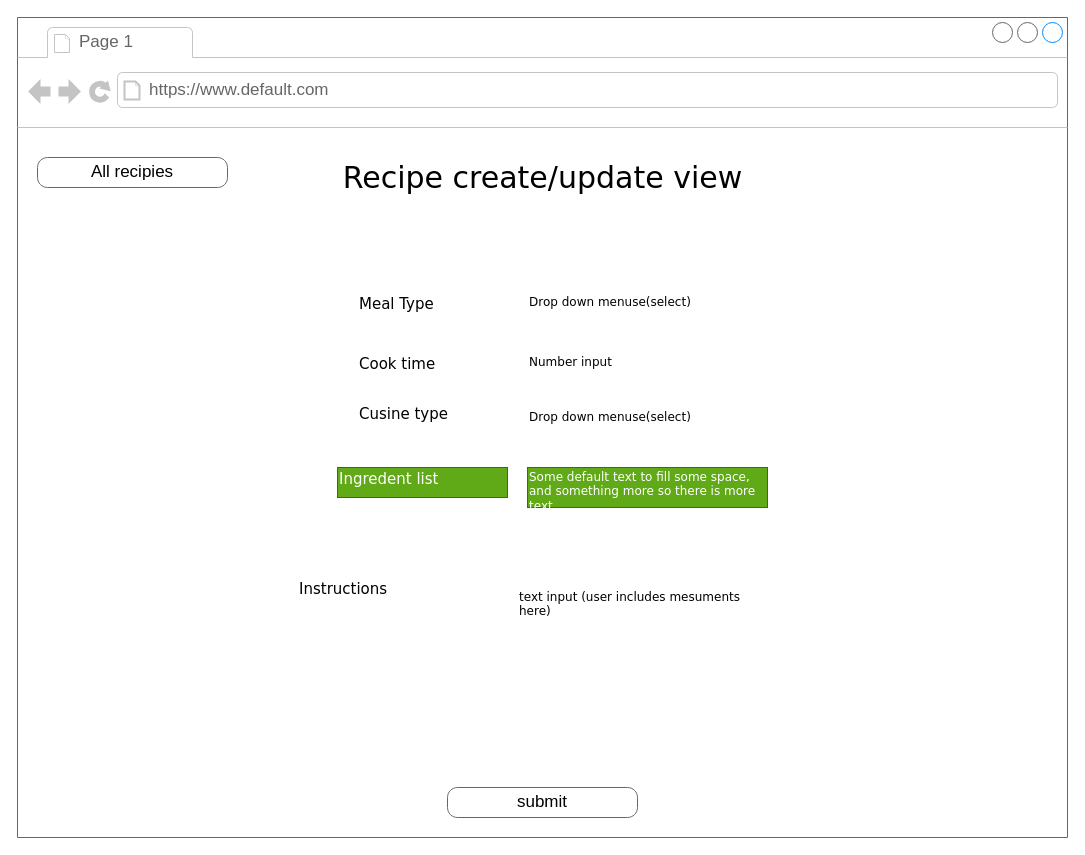
kfacison/Recipe_Repo_Project_2 keeps this draw.io diagram as page "Recipe-Create/Update-View" (6 of 7) of assets/RR-wireframe.drawio. Above is the earlier version. Source tidied: cells renumbered, new cells numbered last; positions are measured from the earlier drawing's top-left corner, leaving out a move shared by most shapes. Both pictures are drawn from the tidied source at 100%, with x=0, y=0 at pixel (17, 17).
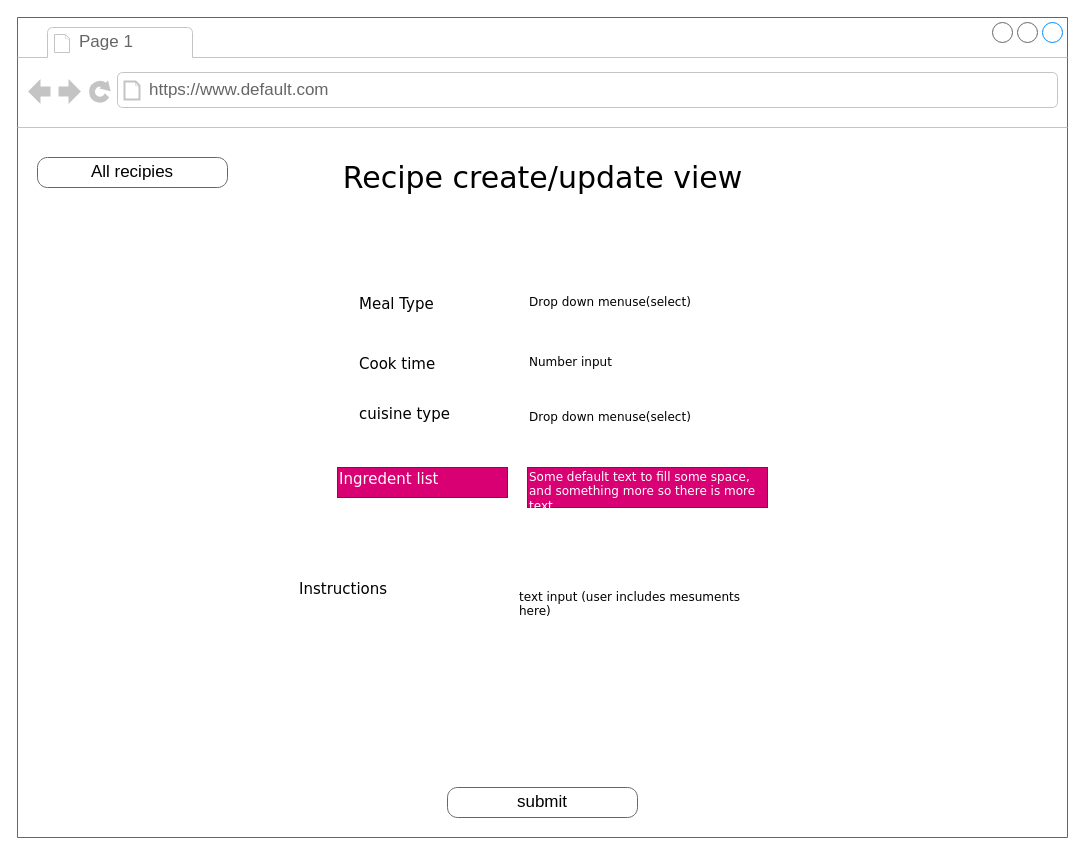
The same diagram, later.

Change to the diagram source:
```diff
@@
 <mxGraphModel>
   <root>
     <mxCell id="0" />
     <mxCell id="1" parent="0" />
     <mxCell id="2" style="strokeWidth=1;shadow=0;dashed=0;align=center;html=1;shape=mxgraph.mockup.containers.browserWindow;rSize=0;strokeColor=#666666;mainText=,;rounded=0;labelBackgroundColor=none;fontFamily=Verdana;fontSize=12;" parent="1" vertex="1">
       <mxGeometry width="1050" height="820" as="geometry" />
     </mxCell>
     <mxCell id="3" value="Page 1" style="strokeWidth=1;shadow=0;dashed=0;align=center;html=1;shape=mxgraph.mockup.containers.anchor;fontSize=17;fontColor=#666666;align=left;" parent="2" vertex="1">
       <mxGeometry x="60" y="12" width="110" height="26" as="geometry" />
     </mxCell>
     <mxCell id="4" value="https://www.default.com" style="strokeWidth=1;shadow=0;dashed=0;align=center;html=1;shape=mxgraph.mockup.containers.anchor;rSize=0;fontSize=17;fontColor=#666666;align=left;" parent="2" vertex="1">
       <mxGeometry x="130" y="60" width="250" height="26" as="geometry" />
     </mxCell>
     <mxCell id="5" value="Recipe create/update view" style="text;html=1;align=center;verticalAlign=top;spacingTop=-4;fontSize=30;fontFamily=Verdana;" parent="2" vertex="1">
       <mxGeometry x="355" y="140" width="340" height="50" as="geometry" />
     </mxCell>
     <mxCell id="6" value="submit" style="strokeWidth=1;shadow=0;dashed=0;align=center;html=1;shape=mxgraph.mockup.buttons.button;strokeColor=#666666;mainText=;buttonStyle=round;fontSize=17;fontStyle=0;fillColor=none;whiteSpace=wrap;rounded=0;labelBackgroundColor=none;" parent="2" vertex="1">
       <mxGeometry x="430" y="770" width="190" height="30" as="geometry" />
     </mxCell>
     <mxCell id="7" value="All recipies" style="strokeWidth=1;shadow=0;dashed=0;align=center;html=1;shape=mxgraph.mockup.buttons.button;strokeColor=#666666;mainText=;buttonStyle=round;fontSize=17;fontStyle=0;fillColor=none;whiteSpace=wrap;rounded=0;labelBackgroundColor=none;" parent="2" vertex="1">
       <mxGeometry x="20" y="140" width="190" height="30" as="geometry" />
     </mxCell>
     <mxCell id="8" value="Meal Type" style="text;html=1;align=left;verticalAlign=top;spacingTop=-4;fontSize=15;fontFamily=Verdana;" parent="2" vertex="1">
       <mxGeometry x="340" y="275" width="170" height="30" as="geometry" />
     </mxCell>
     <mxCell id="9" value="Number input" style="text;html=1;align=left;verticalAlign=top;spacingTop=-4;fontSize=12;fontFamily=Verdana;whiteSpace=wrap;" parent="2" vertex="1">
       <mxGeometry x="510" y="335" width="240" height="40" as="geometry" />
     </mxCell>
-    <mxCell id="10" value="Cusine type" style="text;html=1;align=left;verticalAlign=top;spacingTop=-4;fontSize=15;fontFamily=Verdana;" parent="2" vertex="1">
+    <mxCell id="10" value="cuisine&amp;nbsp;type" style="text;html=1;align=left;verticalAlign=top;spacingTop=-4;fontSize=15;fontFamily=Verdana;" parent="2" vertex="1">
       <mxGeometry x="340" y="385" width="170" height="30" as="geometry" />
     </mxCell>
     <mxCell id="11" value="Drop down menuse(select)" style="text;html=1;align=left;verticalAlign=top;spacingTop=-4;fontSize=12;fontFamily=Verdana;whiteSpace=wrap;" parent="2" vertex="1">
       <mxGeometry x="510" y="390" width="240" height="40" as="geometry" />
     </mxCell>
     <mxCell id="12" value="Cook time" style="text;html=1;align=left;verticalAlign=top;spacingTop=-4;fontSize=15;fontFamily=Verdana;" parent="2" vertex="1">
       <mxGeometry x="340" y="335" width="170" height="30" as="geometry" />
     </mxCell>
     <mxCell id="13" value="Drop down menuse(select)" style="text;html=1;align=left;verticalAlign=top;spacingTop=-4;fontSize=12;fontFamily=Verdana;whiteSpace=wrap;" parent="2" vertex="1">
       <mxGeometry x="510" y="275" width="240" height="40" as="geometry" />
     </mxCell>
-    <mxCell id="14" value="Ingredent list" style="text;html=1;align=left;verticalAlign=top;spacingTop=-4;fontSize=15;fontFamily=Verdana;fillColor=#60a917;fontColor=#ffffff;strokeColor=#2D7600;" parent="2" vertex="1">
+    <mxCell id="14" value="Ingredent list" style="text;html=1;align=left;verticalAlign=top;spacingTop=-4;fontSize=15;fontFamily=Verdana;fillColor=#d80073;fontColor=#ffffff;strokeColor=#A50040;" parent="2" vertex="1">
       <mxGeometry x="320" y="450" width="170" height="30" as="geometry" />
     </mxCell>
-    <mxCell id="15" value="Some default text to fill some space, and&amp;nbsp;&lt;span&gt;something more so there is more text&lt;/span&gt;" style="text;html=1;align=left;verticalAlign=top;spacingTop=-4;fontSize=12;fontFamily=Verdana;whiteSpace=wrap;fillColor=#60a917;fontColor=#ffffff;strokeColor=#2D7600;" parent="2" vertex="1">
+    <mxCell id="15" value="Some default text to fill some space, and&amp;nbsp;&lt;span&gt;something more so there is more text&lt;/span&gt;" style="text;html=1;align=left;verticalAlign=top;spacingTop=-4;fontSize=12;fontFamily=Verdana;whiteSpace=wrap;fillColor=#d80073;fontColor=#ffffff;strokeColor=#A50040;" parent="2" vertex="1">
       <mxGeometry x="510" y="450" width="240" height="40" as="geometry" />
     </mxCell>
     <mxCell id="16" value="Instructions" style="text;html=1;align=left;verticalAlign=top;spacingTop=-4;fontSize=15;fontFamily=Verdana;" parent="2" vertex="1">
       <mxGeometry x="280" y="560" width="170" height="30" as="geometry" />
     </mxCell>
     <mxCell id="17" value="text input (user includes mesuments here)" style="text;html=1;align=left;verticalAlign=top;spacingTop=-4;fontSize=12;fontFamily=Verdana;whiteSpace=wrap;" parent="2" vertex="1">
       <mxGeometry x="500" y="570" width="240" height="40" as="geometry" />
     </mxCell>
   </root>
 </mxGraphModel>
```
